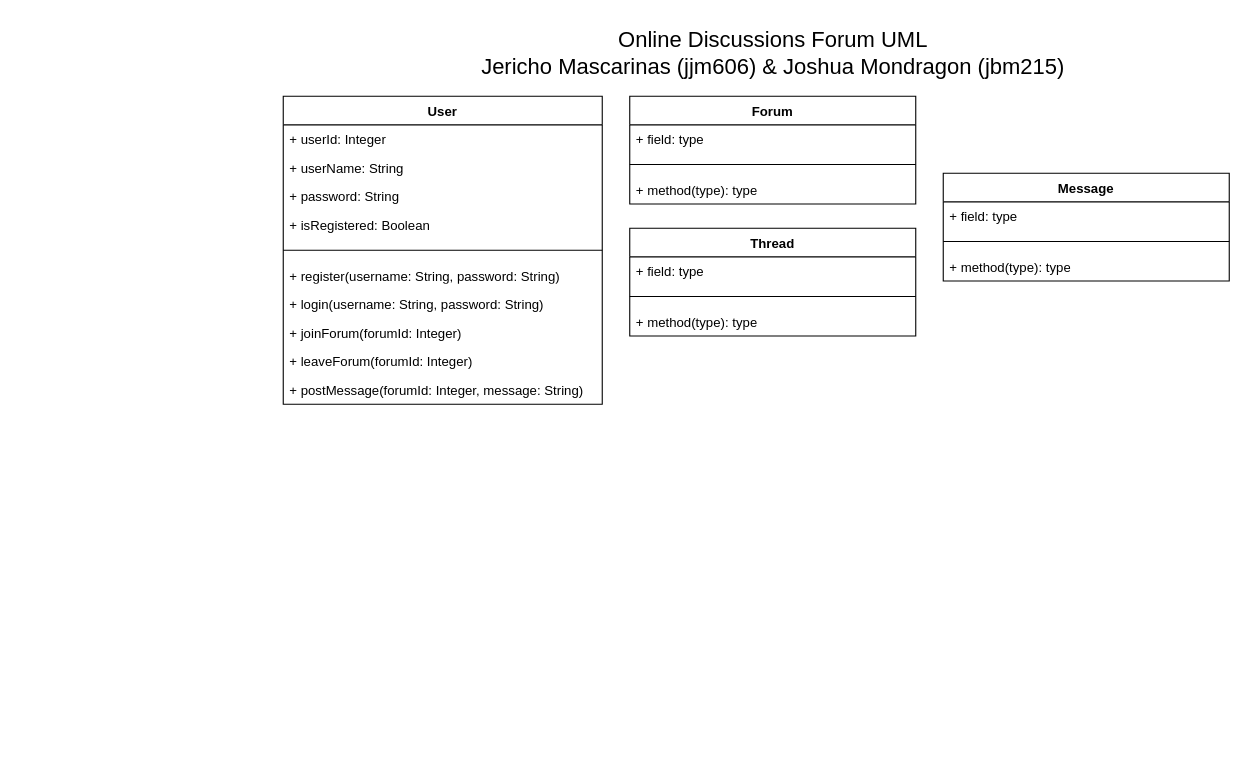
jerichom23/SoftMethP2 keeps this draw.io diagram as CS213UML.drawio. Above is the earlier version. Source tidied: cells renumbered, new cells numbered last; positions are measured from the earlier drawing's top-left corner, leaving out a move shared by most shapes. Both pictures are drawn from the tidied source at 110%, with x=0, y=0 at pixel (283, 19).
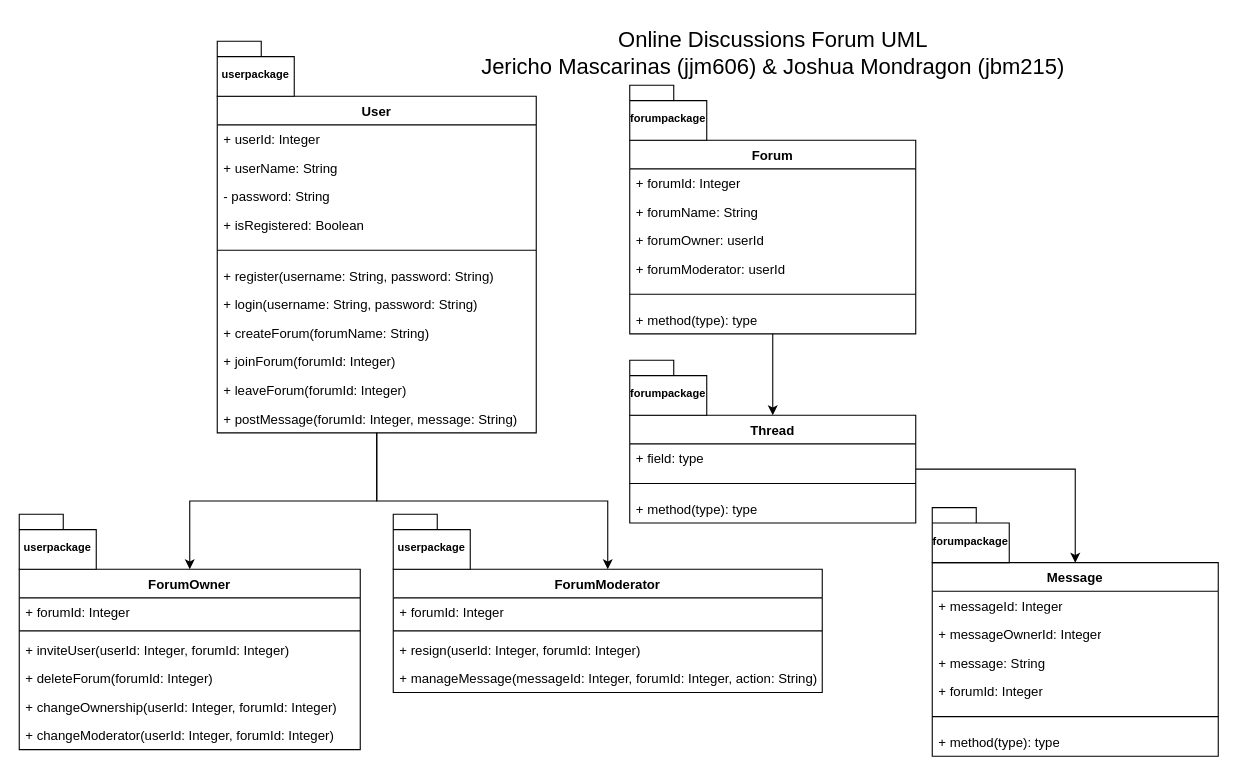
Above is the later version.

The edit, as a diff of the source:
```diff
@@
+    <mxCell id="26" style="edgeStyle=orthogonalEdgeStyle;rounded=0;jettySize=auto;html=1;entryX=0.5;entryY=0;entryDx=0;entryDy=0;" parent="1" edge="1" source="3" target="37">
+      <mxGeometry relative="1" as="geometry" />
+    </mxCell>
+    <mxCell id="27" style="edgeStyle=orthogonalEdgeStyle;rounded=0;jettySize=auto;html=1;entryX=0.5;entryY=0;entryDx=0;entryDy=0;" parent="1" edge="1" source="3" target="44">
+      <mxGeometry relative="1" as="geometry" />
+    </mxCell>
     <mxCell id="3" value="User" style="swimlane;fontStyle=1;align=center;verticalAlign=top;horizontal=1;startSize=26;whiteSpace=wrap;html=1;" parent="1" vertex="1">
-      <mxGeometry y="70" width="290" height="280" as="geometry" />
+      <mxGeometry x="-60" y="70" width="290" height="306" as="geometry" />
     </mxCell>
@@
-    <mxCell id="6" value="+ password: String" style="text;strokeColor=none;fillColor=none;align=left;verticalAlign=top;spacingLeft=4;spacingRight=4;overflow=hidden;whiteSpace=wrap;html=1;" parent="3" vertex="1">
+    <mxCell id="6" value="- password: String" style="text;strokeColor=none;fillColor=none;align=left;verticalAlign=top;spacingLeft=4;spacingRight=4;overflow=hidden;whiteSpace=wrap;html=1;" parent="3" vertex="1">
       <mxGeometry y="78" width="290" height="26" as="geometry" />
     </mxCell>
@@
+    <mxCell id="28" value="+ createForum(forumName: String)" style="text;strokeColor=none;fillColor=none;align=left;verticalAlign=top;spacingLeft=4;spacingRight=4;overflow=hidden;whiteSpace=wrap;html=1;" parent="3" vertex="1">
+      <mxGeometry y="202" width="290" height="26" as="geometry" />
+    </mxCell>
     <mxCell id="11" value="+ joinForum(forumId: Integer)" style="text;strokeColor=none;fillColor=none;align=left;verticalAlign=top;spacingLeft=4;spacingRight=4;overflow=hidden;whiteSpace=wrap;html=1;" parent="3" vertex="1">
-      <mxGeometry y="202" width="290" height="26" as="geometry" />
+      <mxGeometry y="228" width="290" height="26" as="geometry" />
     </mxCell>
     <mxCell id="12" value="+ leaveForum(forumId: Integer)" style="text;strokeColor=none;fillColor=none;align=left;verticalAlign=top;spacingLeft=4;spacingRight=4;overflow=hidden;whiteSpace=wrap;html=1;" parent="3" vertex="1">
-      <mxGeometry y="228" width="290" height="26" as="geometry" />
+      <mxGeometry y="254" width="290" height="26" as="geometry" />
     </mxCell>
     <mxCell id="13" value="+ postMessage(forumId: Integer, message: String)" style="text;strokeColor=none;fillColor=none;align=left;verticalAlign=top;spacingLeft=4;spacingRight=4;overflow=hidden;whiteSpace=wrap;html=1;" parent="3" vertex="1">
-      <mxGeometry y="254" width="290" height="26" as="geometry" />
+      <mxGeometry y="280" width="290" height="26" as="geometry" />
     </mxCell>
+    <mxCell id="29" style="edgeStyle=orthogonalEdgeStyle;rounded=0;jettySize=auto;html=1;entryX=0.5;entryY=0;entryDx=0;entryDy=0;" parent="1" edge="1" source="14" target="18">
+      <mxGeometry relative="1" as="geometry" />
+    </mxCell>
     <mxCell id="14" value="Forum" style="swimlane;fontStyle=1;align=center;verticalAlign=top;horizontal=1;startSize=26;whiteSpace=wrap;html=1;" parent="1" vertex="1">
-      <mxGeometry x="315" y="70" width="260" height="98" as="geometry" />
+      <mxGeometry x="315" y="110" width="260" height="176" as="geometry" />
     </mxCell>
-    <mxCell id="15" value="+ field: type" style="text;strokeColor=none;fillColor=none;align=left;verticalAlign=top;spacingLeft=4;spacingRight=4;overflow=hidden;whiteSpace=wrap;html=1;" parent="14" vertex="1">
+    <mxCell id="15" value="+ forumId: Integer" style="text;strokeColor=none;fillColor=none;align=left;verticalAlign=top;spacingLeft=4;spacingRight=4;overflow=hidden;whiteSpace=wrap;html=1;" parent="14" vertex="1">
       <mxGeometry y="26" width="260" height="26" as="geometry" />
     </mxCell>
+    <mxCell id="30" value="+ forumName: String&lt;div&gt;&lt;br&gt;&lt;/div&gt;" style="text;strokeColor=none;fillColor=none;align=left;verticalAlign=top;spacingLeft=4;spacingRight=4;overflow=hidden;whiteSpace=wrap;html=1;" parent="14" vertex="1">
+      <mxGeometry y="52" width="260" height="26" as="geometry" />
+    </mxCell>
+    <mxCell id="31" value="+ forumOwner: userId&lt;div&gt;&lt;br&gt;&lt;/div&gt;" style="text;strokeColor=none;fillColor=none;align=left;verticalAlign=top;spacingLeft=4;spacingRight=4;overflow=hidden;whiteSpace=wrap;html=1;" parent="14" vertex="1">
+      <mxGeometry y="78" width="260" height="26" as="geometry" />
+    </mxCell>
+    <mxCell id="32" value="+ forumModerator: userId&lt;div&gt;&lt;br&gt;&lt;/div&gt;" style="text;strokeColor=none;fillColor=none;align=left;verticalAlign=top;spacingLeft=4;spacingRight=4;overflow=hidden;whiteSpace=wrap;html=1;" parent="14" vertex="1">
+      <mxGeometry y="104" width="260" height="26" as="geometry" />
+    </mxCell>
     <mxCell id="16" style="line;strokeWidth=1;fillColor=none;align=left;verticalAlign=middle;spacingTop=-1;spacingLeft=3;spacingRight=3;labelPosition=right;strokeColor=inherit;" parent="14" vertex="1">
-      <mxGeometry y="52" width="260" height="20" as="geometry" />
+      <mxGeometry y="130" width="260" height="20" as="geometry" />
     </mxCell>
     <mxCell id="17" value="+ method(type): type" style="text;strokeColor=none;fillColor=none;align=left;verticalAlign=top;spacingLeft=4;spacingRight=4;overflow=hidden;whiteSpace=wrap;html=1;" parent="14" vertex="1">
-      <mxGeometry y="72" width="260" height="26" as="geometry" />
+      <mxGeometry y="150" width="260" height="26" as="geometry" />
     </mxCell>
+    <mxCell id="33" style="edgeStyle=orthogonalEdgeStyle;rounded=0;jettySize=auto;html=1;entryX=0.5;entryY=0;entryDx=0;entryDy=0;" parent="1" edge="1" source="18" target="22">
+      <mxGeometry relative="1" as="geometry" />
+    </mxCell>
     <mxCell id="18" value="Thread" style="swimlane;fontStyle=1;align=center;verticalAlign=top;horizontal=1;startSize=26;whiteSpace=wrap;html=1;" parent="1" vertex="1">
-      <mxGeometry x="315" y="190" width="260" height="98" as="geometry" />
+      <mxGeometry x="315" y="360" width="260" height="98" as="geometry" />
     </mxCell>
@@
     <mxCell id="22" value="Message" style="swimlane;fontStyle=1;align=center;verticalAlign=top;horizontal=1;startSize=26;whiteSpace=wrap;html=1;" parent="1" vertex="1">
-      <mxGeometry x="600" y="140" width="260" height="98" as="geometry" />
+      <mxGeometry x="590" y="494" width="260" height="176" as="geometry" />
     </mxCell>
-    <mxCell id="23" value="+ field: type" style="text;strokeColor=none;fillColor=none;align=left;verticalAlign=top;spacingLeft=4;spacingRight=4;overflow=hidden;whiteSpace=wrap;html=1;" parent="22" vertex="1">
+    <mxCell id="23" value="+ messageId: Integer" style="text;strokeColor=none;fillColor=none;align=left;verticalAlign=top;spacingLeft=4;spacingRight=4;overflow=hidden;whiteSpace=wrap;html=1;" parent="22" vertex="1">
       <mxGeometry y="26" width="260" height="26" as="geometry" />
     </mxCell>
+    <mxCell id="34" value="+ messageOwnerId: Integer" style="text;strokeColor=none;fillColor=none;align=left;verticalAlign=top;spacingLeft=4;spacingRight=4;overflow=hidden;whiteSpace=wrap;html=1;" parent="22" vertex="1">
+      <mxGeometry y="52" width="260" height="26" as="geometry" />
+    </mxCell>
+    <mxCell id="35" value="+ message: String" style="text;strokeColor=none;fillColor=none;align=left;verticalAlign=top;spacingLeft=4;spacingRight=4;overflow=hidden;whiteSpace=wrap;html=1;" parent="22" vertex="1">
+      <mxGeometry y="78" width="260" height="26" as="geometry" />
+    </mxCell>
+    <mxCell id="36" value="+ forumId: Integer" style="text;strokeColor=none;fillColor=none;align=left;verticalAlign=top;spacingLeft=4;spacingRight=4;overflow=hidden;whiteSpace=wrap;html=1;" parent="22" vertex="1">
+      <mxGeometry y="104" width="260" height="26" as="geometry" />
+    </mxCell>
     <mxCell id="24" style="line;strokeWidth=1;fillColor=none;align=left;verticalAlign=middle;spacingTop=-1;spacingLeft=3;spacingRight=3;labelPosition=right;strokeColor=inherit;" parent="22" vertex="1">
-      <mxGeometry y="52" width="260" height="20" as="geometry" />
+      <mxGeometry y="130" width="260" height="20" as="geometry" />
     </mxCell>
     <mxCell id="25" value="+ method(type): type" style="text;strokeColor=none;fillColor=none;align=left;verticalAlign=top;spacingLeft=4;spacingRight=4;overflow=hidden;whiteSpace=wrap;html=1;" parent="22" vertex="1">
-      <mxGeometry y="72" width="260" height="26" as="geometry" />
+      <mxGeometry y="150" width="260" height="26" as="geometry" />
     </mxCell>
+    <mxCell id="37" value="ForumOwner" style="swimlane;fontStyle=1;align=center;verticalAlign=top;horizontal=1;startSize=26;whiteSpace=wrap;html=1;" parent="1" vertex="1">
+      <mxGeometry x="-240" y="500" width="310" height="164" as="geometry" />
+    </mxCell>
+    <mxCell id="38" value="+ forumId: Integer" style="text;strokeColor=none;fillColor=none;align=left;verticalAlign=top;spacingLeft=4;spacingRight=4;overflow=hidden;whiteSpace=wrap;html=1;" parent="37" vertex="1">
+      <mxGeometry y="26" width="310" height="26" as="geometry" />
+    </mxCell>
+    <mxCell id="39" style="line;strokeWidth=1;fillColor=none;align=left;verticalAlign=middle;spacingTop=-1;spacingLeft=3;spacingRight=3;labelPosition=right;strokeColor=inherit;" parent="37" vertex="1">
+      <mxGeometry y="52" width="310" height="8" as="geometry" />
+    </mxCell>
+    <mxCell id="40" value="+ inviteUser(userId: Integer, forumId: Integer)" style="text;strokeColor=none;fillColor=none;align=left;verticalAlign=top;spacingLeft=4;spacingRight=4;overflow=hidden;whiteSpace=wrap;html=1;" parent="37" vertex="1">
+      <mxGeometry y="60" width="310" height="26" as="geometry" />
+    </mxCell>
+    <mxCell id="41" value="+ deleteForum(forumId: Integer)" style="text;strokeColor=none;fillColor=none;align=left;verticalAlign=top;spacingLeft=4;spacingRight=4;overflow=hidden;whiteSpace=wrap;html=1;" parent="37" vertex="1">
+      <mxGeometry y="86" width="310" height="26" as="geometry" />
+    </mxCell>
+    <mxCell id="42" value="+ changeOwnership(userId: Integer, forumId: Integer)" style="text;strokeColor=none;fillColor=none;align=left;verticalAlign=top;spacingLeft=4;spacingRight=4;overflow=hidden;whiteSpace=wrap;html=1;" parent="37" vertex="1">
+      <mxGeometry y="112" width="310" height="26" as="geometry" />
+    </mxCell>
+    <mxCell id="43" value="+ changeModerator(userId: Integer, forumId: Integer)" style="text;strokeColor=none;fillColor=none;align=left;verticalAlign=top;spacingLeft=4;spacingRight=4;overflow=hidden;whiteSpace=wrap;html=1;" parent="37" vertex="1">
+      <mxGeometry y="138" width="310" height="26" as="geometry" />
+    </mxCell>
+    <mxCell id="44" value="ForumModerator" style="swimlane;fontStyle=1;align=center;verticalAlign=top;horizontal=1;startSize=26;whiteSpace=wrap;html=1;" parent="1" vertex="1">
+      <mxGeometry x="100" y="500" width="390" height="112" as="geometry" />
+    </mxCell>
+    <mxCell id="45" value="+ forumId: Integer" style="text;strokeColor=none;fillColor=none;align=left;verticalAlign=top;spacingLeft=4;spacingRight=4;overflow=hidden;whiteSpace=wrap;html=1;" parent="44" vertex="1">
+      <mxGeometry y="26" width="390" height="26" as="geometry" />
+    </mxCell>
+    <mxCell id="46" style="line;strokeWidth=1;fillColor=none;align=left;verticalAlign=middle;spacingTop=-1;spacingLeft=3;spacingRight=3;labelPosition=right;strokeColor=inherit;" parent="44" vertex="1">
+      <mxGeometry y="52" width="390" height="8" as="geometry" />
+    </mxCell>
+    <mxCell id="47" value="+ resign(userId: Integer, forumId: Integer)" style="text;strokeColor=none;fillColor=none;align=left;verticalAlign=top;spacingLeft=4;spacingRight=4;overflow=hidden;whiteSpace=wrap;html=1;" parent="44" vertex="1">
+      <mxGeometry y="60" width="390" height="26" as="geometry" />
+    </mxCell>
+    <mxCell id="48" value="+ manageMessage(messageId: Integer, forumId: Integer, action: String)" style="text;strokeColor=none;fillColor=none;align=left;verticalAlign=top;spacingLeft=4;spacingRight=4;overflow=hidden;whiteSpace=wrap;html=1;" parent="44" vertex="1">
+      <mxGeometry y="86" width="390" height="26" as="geometry" />
+    </mxCell>
+    <mxCell id="49" value="&lt;font style=&quot;font-size: 10px;&quot;&gt;userpackage&lt;/font&gt;" style="shape=folder;fontStyle=1;spacingTop=10;tabWidth=40;tabHeight=14;tabPosition=left;html=1;whiteSpace=wrap;" parent="1" vertex="1">
+      <mxGeometry x="-60" y="20" width="70" height="50" as="geometry" />
+    </mxCell>
+    <mxCell id="50" value="&lt;font style=&quot;font-size: 10px;&quot;&gt;userpackage&lt;/font&gt;" style="shape=folder;fontStyle=1;spacingTop=10;tabWidth=40;tabHeight=14;tabPosition=left;html=1;whiteSpace=wrap;" parent="1" vertex="1">
+      <mxGeometry x="-240" y="450" width="70" height="50" as="geometry" />
+    </mxCell>
+    <mxCell id="51" value="&lt;font style=&quot;font-size: 10px;&quot;&gt;userpackage&lt;/font&gt;" style="shape=folder;fontStyle=1;spacingTop=10;tabWidth=40;tabHeight=14;tabPosition=left;html=1;whiteSpace=wrap;" parent="1" vertex="1">
+      <mxGeometry x="100" y="450" width="70" height="50" as="geometry" />
+    </mxCell>
+    <mxCell id="52" value="&lt;font style=&quot;font-size: 10px;&quot;&gt;forumpackage&lt;/font&gt;" style="shape=folder;fontStyle=1;spacingTop=10;tabWidth=40;tabHeight=14;tabPosition=left;html=1;whiteSpace=wrap;" parent="1" vertex="1">
+      <mxGeometry x="315" y="60" width="70" height="50" as="geometry" />
+    </mxCell>
+    <mxCell id="53" value="&lt;font style=&quot;font-size: 10px;&quot;&gt;forumpackage&lt;/font&gt;" style="shape=folder;fontStyle=1;spacingTop=10;tabWidth=40;tabHeight=14;tabPosition=left;html=1;whiteSpace=wrap;" parent="1" vertex="1">
+      <mxGeometry x="315" y="310" width="70" height="50" as="geometry" />
+    </mxCell>
+    <mxCell id="54" value="&lt;font style=&quot;font-size: 10px;&quot;&gt;forumpackage&lt;/font&gt;" style="shape=folder;fontStyle=1;spacingTop=10;tabWidth=40;tabHeight=14;tabPosition=left;html=1;whiteSpace=wrap;" parent="1" vertex="1">
+      <mxGeometry x="590" y="444" width="70" height="50" as="geometry" />
+    </mxCell>
```
